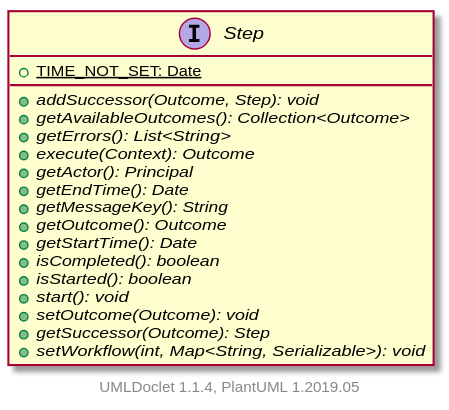
Earlier version of the PlantUML export apidocs/2.11.0.M8-SNAPSHOT/org/apache/wiki/workflow/Step.svg (apache/jspwiki-site).
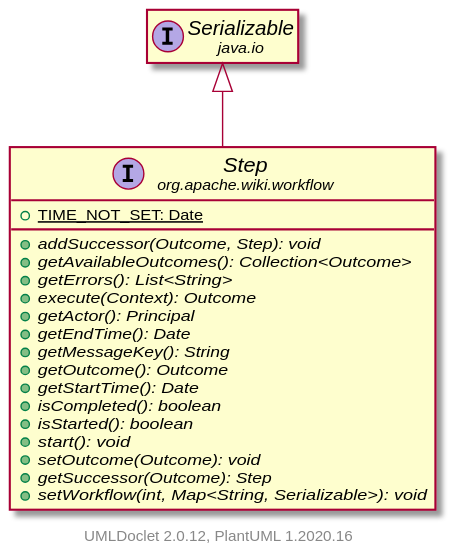
After the change.

What changed in the source:
```diff
@@ -1,6 +1,9 @@
 @startuml
+    set namespaceSeparator none
+    hide empty fields
+    hide empty methods
 
-    interface Step [[Step.html]] {
+    interface "<size:14>Step\n<size:10>org.apache.wiki.workflow" as org.apache.wiki.workflow.Step [[Step.html]] {
         {static} +TIME_NOT_SET: Date
         {abstract} +addSuccessor(Outcome, Step): void
         {abstract} +getAvailableOutcomes(): Collection<Outcome>
@@ -19,6 +22,9 @@
         {abstract} +setWorkflow(int, Map<String, Serializable>): void
     }
 
+    interface "<size:14>Serializable\n<size:10>java.io" as java.io.Serializable
 
-    center footer UMLDoclet 1.1.4, PlantUML 1.2019.05
+    java.io.Serializable <|-- org.apache.wiki.workflow.Step
+
+    center footer UMLDoclet 2.0.12, PlantUML 1.2020.16
 @enduml
```
